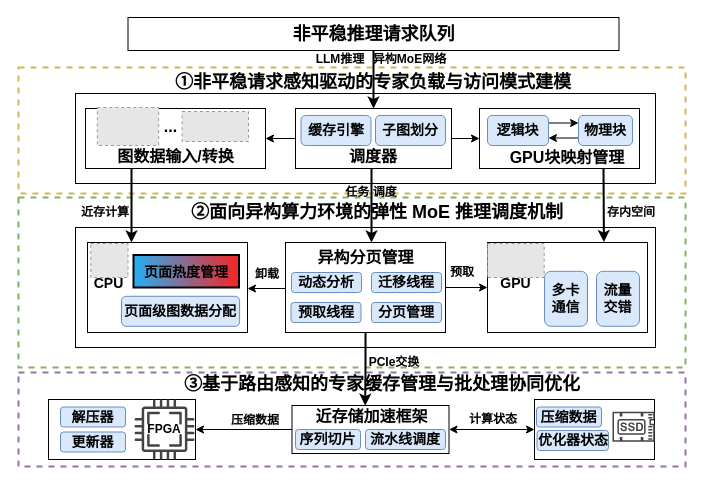
This is 总.drawio from icszhr/moe, a draw.io file, before an edit. Source tidied: cells renumbered, new cells numbered last; positions are measured from the earlier drawing's top-left corner, leaving out a move shared by most shapes. Both pictures are drawn from the tidied source at 100%, with x=0, y=0 at pixel (18, 17). Pictures stored in the file or linked from it are replaced by grey dashed boxes.
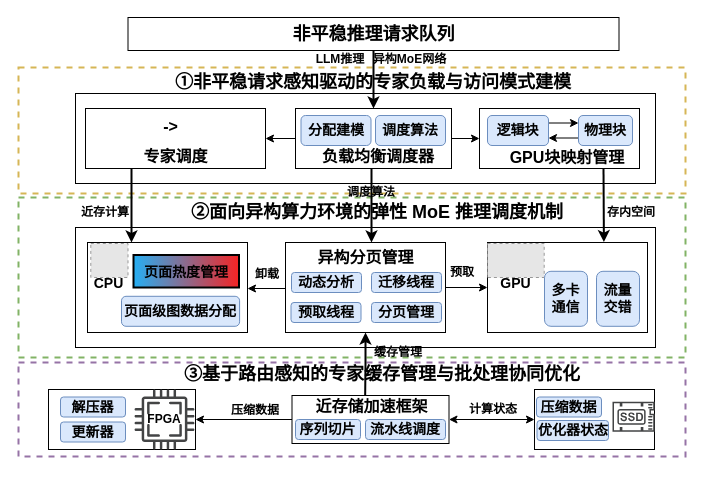
The same diagram, later.

The change refers to these unchanged cells:
```xml
<mxCell id="34" style="rounded=0;whiteSpace=wrap;html=1;fontFamily=Helvetica;" parent="1" vertex="1">
  <mxGeometry x="267" y="225" width="160" height="90" as="geometry" />
</mxCell>
```

The edit, as a diff of the source:
```diff
@@
     <mxCell id="2" style="rounded=0;whiteSpace=wrap;html=1;fillColor=none;strokeColor=#9673a6;fontFamily=Helvetica;dashed=1;strokeWidth=2;" parent="1" vertex="1">
-      <mxGeometry y="355" width="667" height="94" as="geometry" />
+      <mxGeometry y="345" width="667" height="94" as="geometry" />
     </mxCell>
     <mxCell id="3" style="rounded=0;whiteSpace=wrap;html=1;fillColor=none;strokeColor=#82b366;fontFamily=Helvetica;strokeWidth=2;dashed=1;" parent="1" vertex="1">
-      <mxGeometry y="180" width="667" height="170" as="geometry" />
+      <mxGeometry y="180" width="667" height="160" as="geometry" />
     </mxCell>
@@
     <mxCell id="11" style="rounded=0;whiteSpace=wrap;html=1;fontFamily=Helvetica;" parent="1" vertex="1">
-      <mxGeometry x="30" y="382" width="147" height="60" as="geometry" />
+      <mxGeometry x="30" y="372" width="147" height="60" as="geometry" />
     </mxCell>
@@
     <mxCell id="13" style="rounded=0;whiteSpace=wrap;html=1;fontFamily=Helvetica;" parent="1" vertex="1">
-      <mxGeometry x="273.5" y="388" width="157" height="48" as="geometry" />
+      <mxGeometry x="273.5" y="378" width="157" height="48" as="geometry" />
     </mxCell>
     <mxCell id="14" style="rounded=0;whiteSpace=wrap;html=1;fontFamily=Helvetica;" parent="1" vertex="1">
-      <mxGeometry x="516" y="382" width="120" height="60" as="geometry" />
+      <mxGeometry x="516" y="372" width="120" height="60" as="geometry" />
     </mxCell>
     <mxCell id="15" value="&lt;b&gt;&lt;font&gt;压缩数据&lt;/font&gt;&lt;/b&gt;" style="text;html=1;strokeColor=none;fillColor=none;align=center;verticalAlign=middle;whiteSpace=wrap;rounded=0;fontFamily=Helvetica;" parent="1" vertex="1">
-      <mxGeometry x="207" y="388" width="60" height="30" as="geometry" />
+      <mxGeometry x="207" y="378" width="60" height="30" as="geometry" />
     </mxCell>
@@
     <mxCell id="18" value="&lt;font&gt;&lt;span style=&quot;font-size: 18px;&quot;&gt;&lt;b&gt;③&lt;/b&gt;&lt;/span&gt;&lt;/font&gt;&lt;span style=&quot;font-size: 18px;&quot;&gt;&lt;b&gt;基于路由感知的专家缓存管理与批处理协同优化&lt;/b&gt;&lt;/span&gt;" style="text;html=1;strokeColor=none;fillColor=none;align=center;verticalAlign=middle;whiteSpace=wrap;rounded=0;fontFamily=Helvetica;" parent="1" vertex="1">
-      <mxGeometry x="139" y="352" width="450" height="30" as="geometry" />
+      <mxGeometry x="139" y="342" width="450" height="30" as="geometry" />
     </mxCell>
@@
-    <mxCell id="27" value="&lt;font size=&quot;1&quot;&gt;&lt;b style=&quot;font-size: 16px;&quot;&gt;调度器&lt;/b&gt;&lt;/font&gt;" style="text;html=1;strokeColor=none;fillColor=none;align=center;verticalAlign=middle;whiteSpace=wrap;rounded=0;fontFamily=Helvetica;" parent="1" vertex="1">
-      <mxGeometry x="321" y="131" width="68" height="16" as="geometry" />
+    <mxCell id="27" value="&lt;font size=&quot;1&quot;&gt;&lt;b style=&quot;font-size: 16px;&quot;&gt;负载均衡调度器&lt;/b&gt;&lt;/font&gt;" style="text;html=1;strokeColor=none;fillColor=none;align=center;verticalAlign=middle;whiteSpace=wrap;rounded=0;fontFamily=Helvetica;" parent="1" vertex="1">
+      <mxGeometry x="300" y="131" width="120" height="16" as="geometry" />
     </mxCell>
-    <mxCell id="28" value="&lt;font size=&quot;1&quot;&gt;&lt;b style=&quot;font-size: 14px;&quot;&gt;子图划分&lt;/b&gt;&lt;/font&gt;" style="rounded=1;whiteSpace=wrap;html=1;fillColor=#dae8fc;strokeColor=#6c8ebf;fontFamily=Helvetica;" parent="1" vertex="1">
+    <mxCell id="28" value="&lt;font size=&quot;1&quot;&gt;&lt;b style=&quot;font-size: 14px;&quot;&gt;调度算法&lt;/b&gt;&lt;/font&gt;" style="rounded=1;whiteSpace=wrap;html=1;fillColor=#dae8fc;strokeColor=#6c8ebf;fontFamily=Helvetica;" parent="1" vertex="1">
       <mxGeometry x="357" y="98" width="70" height="30" as="geometry" />
     </mxCell>
-    <mxCell id="29" value="&lt;font size=&quot;1&quot;&gt;&lt;b style=&quot;font-size: 14px;&quot;&gt;缓存引擎&lt;/b&gt;&lt;/font&gt;" style="rounded=1;whiteSpace=wrap;html=1;fillColor=#dae8fc;strokeColor=#6c8ebf;fontFamily=Helvetica;" parent="1" vertex="1">
+    <mxCell id="29" value="&lt;font size=&quot;1&quot;&gt;&lt;b style=&quot;font-size: 14px;&quot;&gt;分配建模&lt;/b&gt;&lt;/font&gt;" style="rounded=1;whiteSpace=wrap;html=1;fillColor=#dae8fc;strokeColor=#6c8ebf;fontFamily=Helvetica;" parent="1" vertex="1">
       <mxGeometry x="282.5" y="98" width="70" height="30" as="geometry" />
     </mxCell>
@@
-    <mxCell id="49" value="&lt;font&gt;&lt;b&gt;任务 调度&lt;/b&gt;&lt;/font&gt;" style="text;html=1;strokeColor=none;fillColor=none;align=center;verticalAlign=middle;whiteSpace=wrap;rounded=0;fontFamily=Helvetica;" parent="1" vertex="1">
+    <mxCell id="49" value="&lt;b&gt;调度算法&lt;/b&gt;" style="text;html=1;strokeColor=none;fillColor=none;align=center;verticalAlign=middle;whiteSpace=wrap;rounded=0;fontFamily=Helvetica;" parent="1" vertex="1">
       <mxGeometry x="308" y="160" width="90" height="30" as="geometry" />
     </mxCell>
@@
     <mxCell id="54" value="&lt;b&gt;计算状态&lt;/b&gt;" style="text;html=1;strokeColor=none;fillColor=none;align=center;verticalAlign=middle;whiteSpace=wrap;rounded=0;fontFamily=Helvetica;" parent="1" vertex="1">
-      <mxGeometry x="435" y="387" width="80" height="30" as="geometry" />
+      <mxGeometry x="435" y="377" width="80" height="30" as="geometry" />
     </mxCell>
-    <mxCell id="55" style="edgeStyle=orthogonalEdgeStyle;rounded=0;jettySize=auto;html=1;entryX=0.466;entryY=0.003;entryDx=0;entryDy=0;entryPerimeter=0;strokeWidth=2;fontFamily=Helvetica;" parent="1" edge="1" source="34" target="13">
+    <mxCell id="55" style="edgeStyle=orthogonalEdgeStyle;rounded=0;jettySize=auto;html=1;entryX=0.466;entryY=0.003;entryDx=0;entryDy=0;entryPerimeter=0;strokeWidth=2;fontFamily=Helvetica;endArrow=none;endFill=0;startArrow=classic;startFill=1;" parent="1" edge="1" source="34" target="13">
       <mxGeometry relative="1" as="geometry" />
     </mxCell>
-    <mxCell id="56" value="&lt;b&gt;PCIe交换&lt;/b&gt;" style="text;html=1;strokeColor=none;fillColor=none;align=center;verticalAlign=middle;whiteSpace=wrap;rounded=0;fontFamily=Helvetica;" parent="1" vertex="1">
-      <mxGeometry x="342" y="330" width="68" height="30" as="geometry" />
+    <mxCell id="56" value="&lt;b&gt;缓存管理&lt;/b&gt;" style="text;html=1;strokeColor=none;fillColor=none;align=center;verticalAlign=middle;whiteSpace=wrap;rounded=0;fontFamily=Helvetica;" parent="1" vertex="1">
+      <mxGeometry x="350" y="320" width="60" height="30" as="geometry" />
     </mxCell>
     <mxCell id="57" value="&lt;font size=&quot;1&quot;&gt;&lt;b style=&quot;font-size: 14px;&quot;&gt;流水线调度&lt;/b&gt;&lt;/font&gt;" style="rounded=1;whiteSpace=wrap;html=1;fillColor=#dae8fc;strokeColor=#6c8ebf;fontFamily=Helvetica;" parent="1" vertex="1">
-      <mxGeometry x="347" y="412" width="80" height="20" as="geometry" />
+      <mxGeometry x="347" y="402" width="80" height="20" as="geometry" />
     </mxCell>
     <mxCell id="58" value="&lt;font size=&quot;1&quot;&gt;&lt;b style=&quot;font-size: 14px;&quot;&gt;序列切片&lt;/b&gt;&lt;/font&gt;" style="rounded=1;whiteSpace=wrap;html=1;fillColor=#dae8fc;strokeColor=#6c8ebf;fontFamily=Helvetica;" parent="1" vertex="1">
-      <mxGeometry x="277" y="412" width="65" height="20" as="geometry" />
+      <mxGeometry x="277" y="402" width="65" height="20" as="geometry" />
     </mxCell>
     <mxCell id="59" value="&lt;b&gt;&lt;font style=&quot;font-size: 16px;&quot;&gt;近存储加速框架&lt;/font&gt;&lt;/b&gt;" style="text;html=1;strokeColor=none;fillColor=none;align=center;verticalAlign=middle;whiteSpace=wrap;rounded=0;fontFamily=Helvetica;" parent="1" vertex="1">
-      <mxGeometry x="296" y="384" width="114.5" height="30" as="geometry" />
+      <mxGeometry x="296" y="374" width="114.5" height="30" as="geometry" />
     </mxCell>
-    <mxCell id="60" value="&lt;font size=&quot;1&quot;&gt;&lt;b style=&quot;font-size: 16px;&quot;&gt;图数据输入/转换&lt;/b&gt;&lt;/font&gt;" style="text;html=1;strokeColor=none;fillColor=none;align=center;verticalAlign=middle;whiteSpace=wrap;rounded=0;fontFamily=Helvetica;" parent="1" vertex="1">
+    <mxCell id="60" value="&lt;font size=&quot;1&quot;&gt;&lt;b style=&quot;font-size: 16px;&quot;&gt;专家调度&lt;/b&gt;&lt;/font&gt;" style="text;html=1;strokeColor=none;fillColor=none;align=center;verticalAlign=middle;whiteSpace=wrap;rounded=0;fontFamily=Helvetica;" parent="1" vertex="1">
       <mxGeometry x="93.5" y="131" width="127" height="16" as="geometry" />
     </mxCell>
-    <mxCell id="61" style="fillColor=#E6E6E6;strokeColor=#999999;dashed=1;verticalLabelPosition=bottom;verticalAlign=top;" parent="1" vertex="1">
-      <mxGeometry x="78.8" y="90" width="61.4" height="38" as="geometry" />
-    </mxCell>
-    <mxCell id="62" style="fillColor=#E6E6E6;strokeColor=#999999;dashed=1;verticalLabelPosition=bottom;verticalAlign=top;" parent="1" vertex="1">
-      <mxGeometry x="163.6" y="94" width="66.4" height="30" as="geometry" />
-    </mxCell>
-    <mxCell id="63" value="&lt;span style=&quot;font-size: 16px;&quot;&gt;&lt;b&gt;...&lt;/b&gt;&lt;/span&gt;" style="text;html=1;strokeColor=none;fillColor=none;align=center;verticalAlign=middle;whiteSpace=wrap;rounded=0;fontFamily=Helvetica;" parent="1" vertex="1">
+    <mxCell id="63" value="&lt;span style=&quot;font-size: 16px;&quot;&gt;&lt;b&gt;-&amp;gt;&lt;/b&gt;&lt;/span&gt;" style="text;html=1;strokeColor=none;fillColor=none;align=center;verticalAlign=middle;whiteSpace=wrap;rounded=0;fontFamily=Helvetica;" parent="1" vertex="1">
       <mxGeometry x="133.8" y="101" width="36.5" height="16" as="geometry" />
     </mxCell>
@@
     <mxCell id="69" style="group;" parent="1" vertex="1">
-      <mxGeometry x="116" y="382" width="60" height="60" as="geometry" />
+      <mxGeometry x="116" y="372" width="60" height="60" as="geometry" />
     </mxCell>
@@
     <mxCell id="72" value="&lt;span style=&quot;font-size: 14px;&quot;&gt;&lt;b&gt;解压器&lt;/b&gt;&lt;/span&gt;" style="rounded=1;whiteSpace=wrap;html=1;fillColor=#dae8fc;strokeColor=#6c8ebf;fontFamily=Helvetica;" parent="1" vertex="1">
-      <mxGeometry x="42" y="389.5" width="65" height="20" as="geometry" />
+      <mxGeometry x="42" y="379.5" width="65" height="20" as="geometry" />
     </mxCell>
     <mxCell id="73" value="&lt;span style=&quot;font-size: 14px;&quot;&gt;&lt;b&gt;更新器&lt;/b&gt;&lt;/span&gt;" style="rounded=1;whiteSpace=wrap;html=1;fillColor=#dae8fc;strokeColor=#6c8ebf;fontFamily=Helvetica;" parent="1" vertex="1">
-      <mxGeometry x="42" y="414.5" width="65" height="20" as="geometry" />
+      <mxGeometry x="42" y="404.5" width="65" height="20" as="geometry" />
     </mxCell>
     <mxCell id="74" style="sketch=0;shadow=0;dashed=0;html=1;strokeColor=none;fillColor=#434445;labelPosition=center;verticalLabelPosition=bottom;verticalAlign=top;align=center;shape=mxgraph.vvd.ssd;" parent="1" vertex="1">
-      <mxGeometry x="594" y="394.2" width="42.2" height="30" as="geometry" />
+      <mxGeometry x="594" y="384.2" width="42.2" height="30" as="geometry" />
     </mxCell>
     <mxCell id="75" value="&lt;span style=&quot;font-size: 14px;&quot;&gt;&lt;b&gt;压缩数据&lt;/b&gt;&lt;/span&gt;" style="rounded=1;whiteSpace=wrap;html=1;fillColor=#dae8fc;strokeColor=#6c8ebf;fontFamily=Helvetica;" parent="1" vertex="1">
-      <mxGeometry x="518" y="389.5" width="65" height="20" as="geometry" />
+      <mxGeometry x="518" y="379.5" width="65" height="20" as="geometry" />
     </mxCell>
     <mxCell id="76" value="&lt;span style=&quot;font-size: 14px;&quot;&gt;&lt;b&gt;优化器状态&lt;/b&gt;&lt;/span&gt;" style="rounded=1;whiteSpace=wrap;html=1;fillColor=#dae8fc;strokeColor=#6c8ebf;fontFamily=Helvetica;" parent="1" vertex="1">
-      <mxGeometry x="518.5" y="413" width="71.5" height="20" as="geometry" />
+      <mxGeometry x="518.5" y="403" width="71.5" height="20" as="geometry" />
     </mxCell>
```
